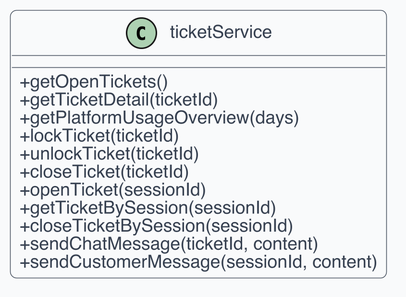
Earlier version of the PlantUML export src/PB/Documentazione Esterna/Contenuti/componenti_specifiche_tecniche/assets/uml_frontend/14_ticketservice.png (swenightpro/Documentazione). Its diagram source:
```plantuml
@startuml
skinparam dpi 300
skinparam shadowing false
skinparam backgroundColor White
skinparam defaultFontName Helvetica
skinparam defaultFontSize 12
skinparam ArrowColor #4B5563
skinparam ArrowThickness 1
skinparam roundcorner 8
skinparam class {
  BackgroundColor #F9FAFB
  BorderColor #4B5563
  FontColor #111827
  AttributeFontColor #374151
  StereotypeFontColor #6B7280
}
skinparam classAttributeIconSize 0

class "ticketService" as C1 {
  + getOpenTickets()
  + getTicketDetail(ticketId)
  + getPlatformUsageOverview(days)
  + lockTicket(ticketId)
  + unlockTicket(ticketId)
  + closeTicket(ticketId)
  + openTicket(sessionId)
  + getTicketBySession(sessionId)
  + closeTicketBySession(sessionId)
  + sendChatMessage(ticketId, content)
  + sendCustomerMessage(sessionId, content)
}
@enduml
```
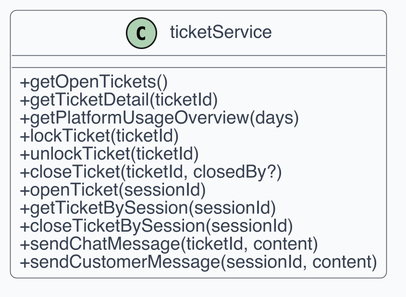
After the commit.

Diff of the diagram source:
```diff
@@ -22,7 +22,7 @@
   + getPlatformUsageOverview(days)
   + lockTicket(ticketId)
   + unlockTicket(ticketId)
-  + closeTicket(ticketId)
+  + closeTicket(ticketId, closedBy?)
   + openTicket(sessionId)
   + getTicketBySession(sessionId)
   + closeTicketBySession(sessionId)
```
